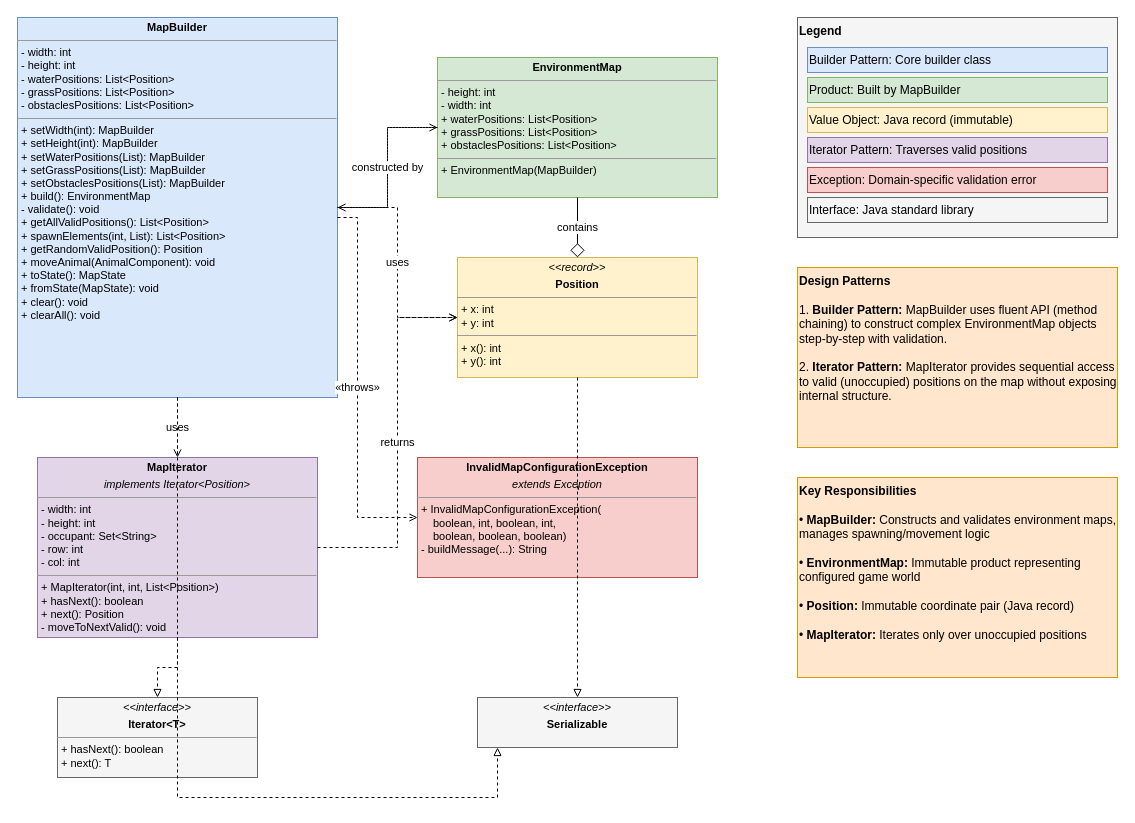
FGioia94/OOP-capstone-project keeps this draw.io diagram as EnvironmentSimulator/uml/mapbuilder-class-diagram.drawio. Above is the earlier version. Source tidied: cells renumbered, new cells numbered last; positions are measured from the earlier drawing's top-left corner, leaving out a move shared by most shapes. Both pictures are drawn from the tidied source at 100%, with x=0, y=0 at pixel (17, 17).
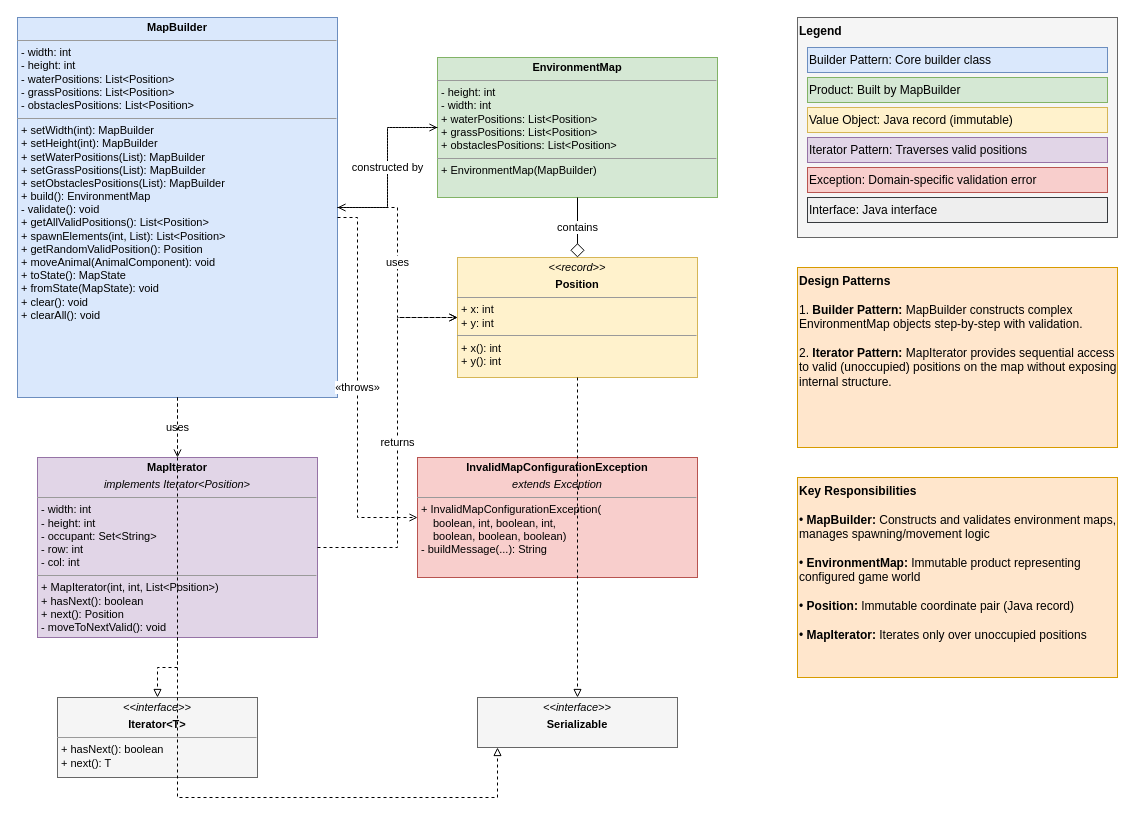
Above is the later version.

What changed in the source:
```diff
@@
-    <mxCell id="25" value="Interface: Java standard library" style="rounded=0;whiteSpace=wrap;html=1;fillColor=#f5f5f5;strokeColor=#666666;align=left;" parent="1" vertex="1">
-      <mxGeometry x="790" y="180" width="300" height="25" as="geometry" />
-    </mxCell>
-    <mxCell id="26" value="&lt;b&gt;Design Patterns&lt;/b&gt;&lt;br&gt;&lt;br&gt;1. &lt;b&gt;Builder Pattern:&lt;/b&gt; MapBuilder uses fluent API (method chaining) to construct complex EnvironmentMap objects step-by-step with validation.&lt;br&gt;&lt;br&gt;2. &lt;b&gt;Iterator Pattern:&lt;/b&gt; MapIterator provides sequential access to valid (unoccupied) positions on the map without exposing internal structure." style="rounded=0;whiteSpace=wrap;html=1;fillColor=#ffe6cc;strokeColor=#d79b00;align=left;verticalAlign=top;" parent="1" vertex="1">
+    <mxCell id="26" value="&lt;b&gt;Design Patterns&lt;/b&gt;&lt;br&gt;&lt;br&gt;1. &lt;b&gt;Builder Pattern:&lt;/b&gt; MapBuilder constructs complex EnvironmentMap objects step-by-step with validation.&lt;br&gt;&lt;br&gt;2. &lt;b&gt;Iterator Pattern:&lt;/b&gt; MapIterator provides sequential access to valid (unoccupied) positions on the map without exposing internal structure." style="rounded=0;whiteSpace=wrap;html=1;fillColor=#ffe6cc;strokeColor=#d79b00;align=left;verticalAlign=top;" parent="1" vertex="1">
       <mxGeometry x="780" y="250" width="320" height="180" as="geometry" />
     </mxCell>
@@
+    <mxCell id="28" value="Interface: Java interface" style="rounded=0;whiteSpace=wrap;html=1;fillColor=#eeeeee;strokeColor=#36393d;align=left;" parent="1" vertex="1">
+      <mxGeometry x="790" y="180" width="300" height="25" as="geometry" />
+    </mxCell>
```
